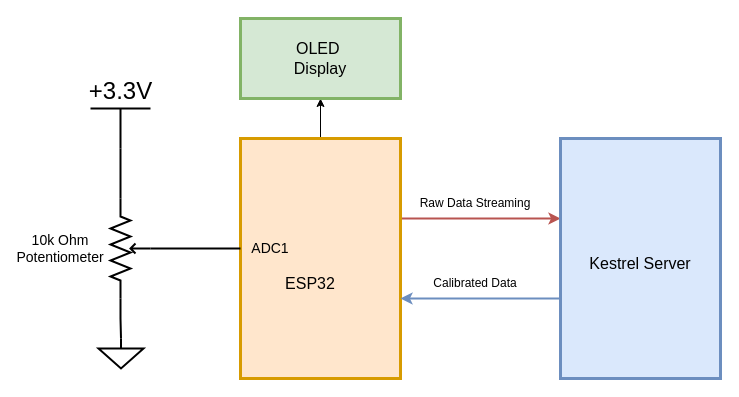
This is Images/Closed-Loop System Flow.drawio from 016Rusneeda/Week-09-SPI-OLED-and-Kestrel-UI, a draw.io file, before an edit. Source tidied: cells renumbered, new cells numbered last; positions are measured from the earlier drawing's top-left corner, leaving out a move shared by most shapes. Both pictures are drawn from the tidied source at 100%, with x=0, y=0 at pixel (30, 18).
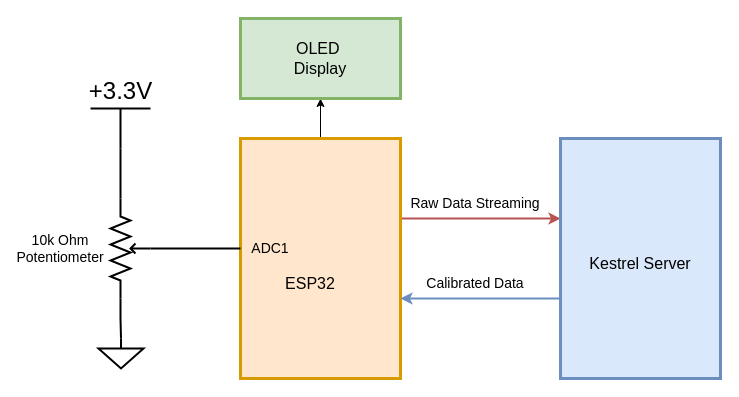
The same diagram, later.

Commit message (it also covers changes not shown here):
docs: add closed-loop system flow diagram and update IoT labsheet

Diff of the diagram source:
```diff
@@
-    <mxCell id="15" value="Raw Data Streaming" style="text;html=1;whiteSpace=wrap;strokeColor=none;fillColor=none;align=center;verticalAlign=middle;rounded=0;" parent="1" vertex="1">
+    <mxCell id="15" value="Raw Data Streaming" style="text;html=1;whiteSpace=wrap;strokeColor=none;fillColor=none;align=center;verticalAlign=middle;rounded=0;fontSize=14;" parent="1" vertex="1">
       <mxGeometry x="370" y="170" width="150" height="30" as="geometry" />
     </mxCell>
@@
-    <mxCell id="17" value="Calibrated Data" style="text;html=1;whiteSpace=wrap;strokeColor=none;fillColor=none;align=center;verticalAlign=middle;rounded=0;" parent="1" vertex="1">
+    <mxCell id="17" value="Calibrated Data" style="text;html=1;whiteSpace=wrap;strokeColor=none;fillColor=none;align=center;verticalAlign=middle;rounded=0;fontSize=14;" parent="1" vertex="1">
       <mxGeometry x="370" y="250" width="150" height="30" as="geometry" />
     </mxCell>
```
